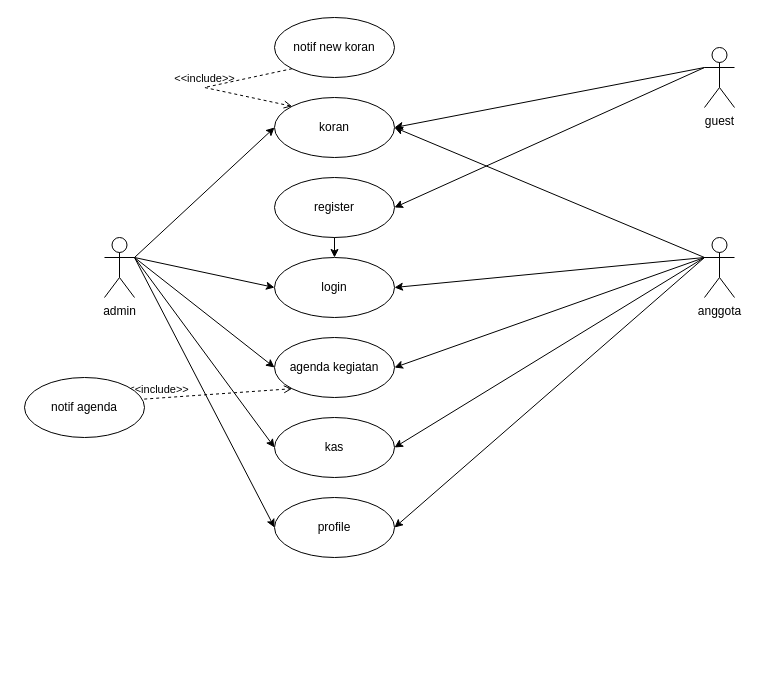
Above: Copy of fk.drawio in praskukang/designFK (draw.io), before the change. Source tidied: cells renumbered, new cells numbered last; positions are measured from the earlier drawing's top-left corner, leaving out a move shared by most shapes. Both pictures are drawn from the tidied source at 100%, with x=0, y=0 at pixel (24, 17).
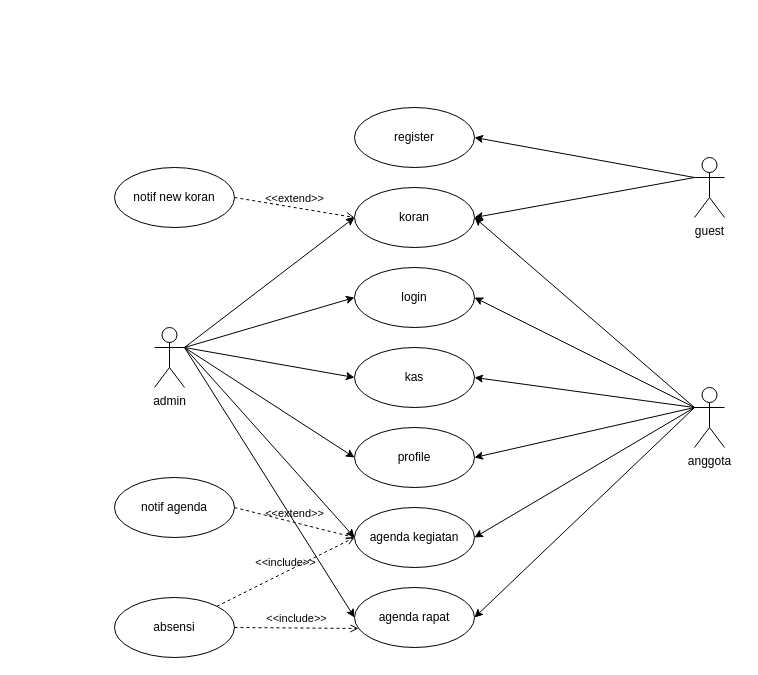
The same page after the edit.

The edit, as a diff of the source:
```diff
@@
     <mxCell id="2" value="admin" style="shape=umlActor;verticalLabelPosition=bottom;verticalAlign=top;html=1;" parent="1" vertex="1">
-      <mxGeometry x="80" y="220" width="30" height="60" as="geometry" />
+      <mxGeometry x="130" y="310" width="30" height="60" as="geometry" />
     </mxCell>
     <mxCell id="3" value="koran" style="ellipse;whiteSpace=wrap;html=1;" parent="1" vertex="1">
-      <mxGeometry x="250" y="80" width="120" height="60" as="geometry" />
+      <mxGeometry x="330" y="170" width="120" height="60" as="geometry" />
     </mxCell>
     <mxCell id="4" value="guest" style="shape=umlActor;verticalLabelPosition=bottom;verticalAlign=top;html=1;" parent="1" vertex="1">
-      <mxGeometry x="680" y="30" width="30" height="60" as="geometry" />
+      <mxGeometry x="670" y="140" width="30" height="60" as="geometry" />
     </mxCell>
     <mxCell id="5" value="anggota" style="shape=umlActor;verticalLabelPosition=bottom;verticalAlign=top;html=1;" parent="1" vertex="1">
-      <mxGeometry x="680" y="220" width="30" height="60" as="geometry" />
+      <mxGeometry x="670" y="370" width="30" height="60" as="geometry" />
     </mxCell>
     <mxCell id="6" value="register" style="ellipse;whiteSpace=wrap;html=1;" parent="1" vertex="1">
-      <mxGeometry x="250" y="160" width="120" height="60" as="geometry" />
+      <mxGeometry x="330" y="90" width="120" height="60" as="geometry" />
     </mxCell>
     <mxCell id="7" value="login" style="ellipse;whiteSpace=wrap;html=1;" parent="1" vertex="1">
-      <mxGeometry x="250" y="240" width="120" height="60" as="geometry" />
+      <mxGeometry x="330" y="250" width="120" height="60" as="geometry" />
     </mxCell>
@@
-    <mxCell id="14" style="endArrow=classic;html=1;rounded=0;exitX=0.5;exitY=1;exitDx=0;exitDy=0;" parent="1" edge="1" source="6" target="7">
-      <mxGeometry relative="1" as="geometry" />
-    </mxCell>
     <mxCell id="15" value="agenda kegiatan" style="ellipse;whiteSpace=wrap;html=1;" parent="1" vertex="1">
-      <mxGeometry x="250" y="320" width="120" height="60" as="geometry" />
+      <mxGeometry x="330" y="490" width="120" height="60" as="geometry" />
     </mxCell>
@@
     <mxCell id="18" value="kas" style="ellipse;whiteSpace=wrap;html=1;" parent="1" vertex="1">
-      <mxGeometry x="250" y="400" width="120" height="60" as="geometry" />
+      <mxGeometry x="330" y="330" width="120" height="60" as="geometry" />
     </mxCell>
@@
     <mxCell id="21" value="notif new koran" style="ellipse;whiteSpace=wrap;html=1;" parent="1" vertex="1">
-      <mxGeometry x="250" width="120" height="60" as="geometry" />
+      <mxGeometry x="90" y="150" width="120" height="60" as="geometry" />
     </mxCell>
-    <mxCell id="22" value="&amp;lt;&amp;lt;include&amp;gt;&amp;gt;" style="html=1;verticalAlign=bottom;labelBackgroundColor=none;endArrow=open;endFill=0;dashed=1;rounded=0;exitX=0;exitY=1;exitDx=0;exitDy=0;entryX=0;entryY=0;entryDx=0;entryDy=0;" parent="1" edge="1" source="21" target="3">
-      <mxGeometry relative="1" as="geometry">
-        <Array as="points">
-          <mxPoint x="180" y="70" />
-        </Array>
-      </mxGeometry>
-    </mxCell>
-    <mxCell id="23" value="&amp;lt;&amp;lt;include&amp;gt;&amp;gt;" style="html=1;verticalAlign=bottom;labelBackgroundColor=none;endArrow=open;endFill=0;dashed=1;rounded=0;exitX=0;exitY=0.5;exitDx=0;exitDy=0;entryX=0;entryY=1;entryDx=0;entryDy=0;" parent="1" edge="1" source="27" target="15">
-      <mxGeometry relative="1" as="geometry" />
-    </mxCell>
     <mxCell id="24" value="profile" style="ellipse;whiteSpace=wrap;html=1;" parent="1" vertex="1">
-      <mxGeometry x="250" y="480" width="120" height="60" as="geometry" />
+      <mxGeometry x="330" y="410" width="120" height="60" as="geometry" />
     </mxCell>
@@
     <mxCell id="27" value="notif agenda" style="ellipse;whiteSpace=wrap;html=1;" parent="1" vertex="1">
-      <mxGeometry y="360" width="120" height="60" as="geometry" />
+      <mxGeometry x="90" y="460" width="120" height="60" as="geometry" />
     </mxCell>
+    <mxCell id="23" value="&amp;lt;&amp;lt;extend&amp;gt;&amp;gt;" style="html=1;verticalAlign=bottom;labelBackgroundColor=none;endArrow=open;endFill=0;dashed=1;rounded=0;entryX=0;entryY=0.5;entryDx=0;entryDy=0;exitX=1;exitY=0.5;exitDx=0;exitDy=0;" parent="1" edge="1" source="27" target="15">
+      <mxGeometry relative="1" as="geometry" />
+    </mxCell>
+    <mxCell id="28" value="agenda rapat" style="ellipse;whiteSpace=wrap;html=1;" parent="1" vertex="1">
+      <mxGeometry x="330" y="570" width="120" height="60" as="geometry" />
+    </mxCell>
+    <mxCell id="29" style="endArrow=classic;html=1;rounded=0;exitX=1;exitY=0.3333333333333333;exitDx=0;exitDy=0;exitPerimeter=0;entryX=0;entryY=0.5;entryDx=0;entryDy=0;" parent="1" edge="1" source="2" target="28">
+      <mxGeometry relative="1" as="geometry" />
+    </mxCell>
+    <mxCell id="30" style="endArrow=classic;html=1;rounded=0;exitX=0;exitY=0.3333333333333333;exitDx=0;exitDy=0;exitPerimeter=0;entryX=1;entryY=0.5;entryDx=0;entryDy=0;" parent="1" edge="1" source="5" target="28">
+      <mxGeometry relative="1" as="geometry" />
+    </mxCell>
+    <mxCell id="31" value="absensi" style="ellipse;whiteSpace=wrap;html=1;" parent="1" vertex="1">
+      <mxGeometry x="90" y="580" width="120" height="60" as="geometry" />
+    </mxCell>
+    <mxCell id="32" value="&amp;lt;&amp;lt;include&amp;gt;&amp;gt;" style="html=1;verticalAlign=bottom;labelBackgroundColor=none;endArrow=open;endFill=0;dashed=1;rounded=0;exitX=1;exitY=0.5;exitDx=0;exitDy=0;entryX=0.033;entryY=0.683;entryDx=0;entryDy=0;entryPerimeter=0;" parent="1" edge="1" source="31" target="28">
+      <mxGeometry relative="1" as="geometry" />
+    </mxCell>
+    <mxCell id="22" value="&amp;lt;&amp;lt;extend&amp;gt;&amp;gt;" style="html=1;verticalAlign=bottom;labelBackgroundColor=none;endArrow=open;endFill=0;dashed=1;rounded=0;entryX=0;entryY=0.5;entryDx=0;entryDy=0;exitX=1;exitY=0.5;exitDx=0;exitDy=0;" parent="1" edge="1" source="21" target="3">
+      <mxGeometry relative="1" as="geometry" />
+    </mxCell>
+    <mxCell id="33" value="&amp;lt;&amp;lt;include&amp;gt;&amp;gt;" style="html=1;verticalAlign=bottom;labelBackgroundColor=none;endArrow=open;endFill=0;dashed=1;rounded=0;exitX=1;exitY=0;exitDx=0;exitDy=0;entryX=0;entryY=0.5;entryDx=0;entryDy=0;" parent="1" edge="1" source="31" target="15">
+      <mxGeometry relative="1" as="geometry" />
+    </mxCell>
```
